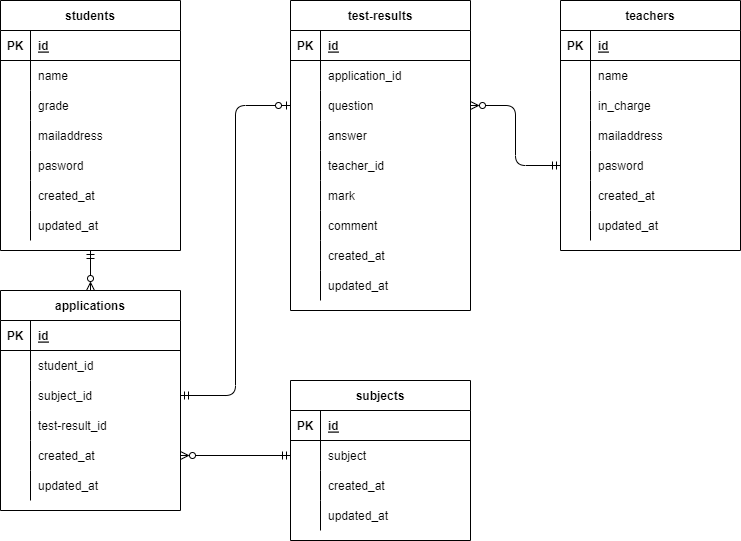
Before: index.drawio.png, a diagram exported from draw.io (sakurakoy/20221021yonemizu). Source tidied: cells renumbered, new cells last; positions are measured from the earlier drawing's top-left corner, leaving out a move shared by most shapes.
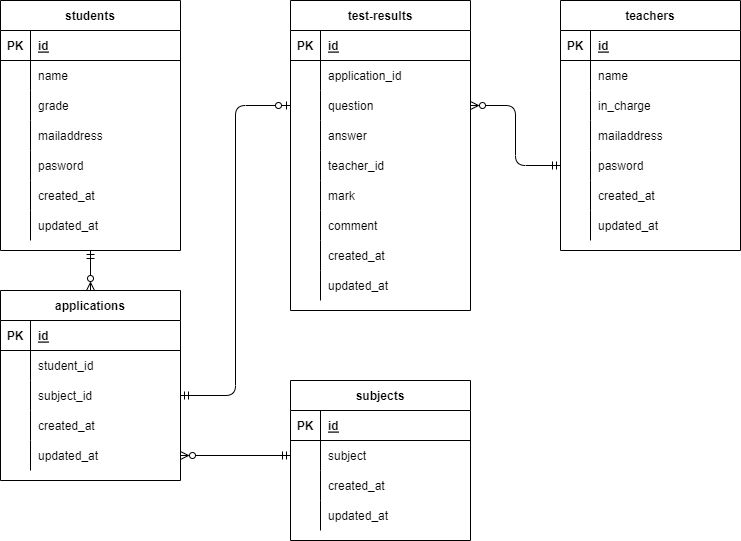
Above is the later version.

The edit, as a diff of the source:
```diff
@@ -71,11 +71,11 @@
     <mxCell id="24" value="updated_at" style="shape=partialRectangle;fillColor=none;top=0;left=0;bottom=0;right=0;align=left;spacingLeft=6;overflow=hidden;" parent="22" vertex="1">
       <mxGeometry x="30" width="150" height="30" as="geometry" />
     </mxCell>
-    <mxCell id="25" style="edgeStyle=none;html=1;startArrow=ERmandOne;startFill=0;endArrow=ERzeroToMany;endFill=0;entryX=1;entryY=0.5;entryDx=0;entryDy=0;exitX=0;exitY=0.5;exitDx=0;exitDy=0;" parent="1" edge="1" source="49" target="39">
+    <mxCell id="25" style="edgeStyle=none;html=1;startArrow=ERmandOne;startFill=0;endArrow=ERzeroToMany;endFill=0;entryX=1;entryY=0.5;entryDx=0;entryDy=0;exitX=0;exitY=0.5;exitDx=0;exitDy=0;" parent="1" edge="1" source="49" target="42">
       <mxGeometry relative="1" as="geometry" />
     </mxCell>
     <mxCell id="26" value="applications" style="shape=table;startSize=30;rowLines=0;fontStyle=1;align=center;" parent="1" vertex="1">
-      <mxGeometry y="290" width="180" height="220" as="geometry" />
+      <mxGeometry y="290" width="180" height="190" as="geometry" />
     </mxCell>
     <mxCell id="27" style="shape=partialRectangle;fillColor=none;top=0;left=0;bottom=1;right=0;" parent="26" vertex="1">
       <mxGeometry y="30" width="180" height="30" as="geometry" />
@@ -104,17 +104,8 @@
     <mxCell id="35" value="subject_id" style="shape=partialRectangle;fillColor=none;top=0;left=0;bottom=0;right=0;align=left;spacingLeft=6;overflow=hidden;" parent="33" vertex="1">
       <mxGeometry x="30" width="150" height="30" as="geometry" />
     </mxCell>
-    <mxCell id="36" style="shape=partialRectangle;fillColor=none;top=0;left=0;bottom=0;right=0;" parent="26" vertex="1">
-      <mxGeometry y="120" width="180" height="30" as="geometry" />
-    </mxCell>
-    <mxCell id="37" style="shape=partialRectangle;fillColor=none;top=0;left=0;bottom=0;right=0;overflow=hidden;" parent="36" vertex="1">
-      <mxGeometry width="30" height="30" as="geometry" />
-    </mxCell>
-    <mxCell id="38" value="test-result_id" style="shape=partialRectangle;fillColor=none;top=0;left=0;bottom=0;right=0;align=left;spacingLeft=6;overflow=hidden;" parent="36" vertex="1">
-      <mxGeometry x="30" width="150" height="30" as="geometry" />
-    </mxCell>
     <mxCell id="39" style="shape=partialRectangle;fillColor=none;top=0;left=0;bottom=0;right=0;points=[[0,0.5],[1,0.5]];portConstraint=eastwest;" parent="26" vertex="1">
-      <mxGeometry y="150" width="180" height="30" as="geometry" />
+      <mxGeometry y="120" width="180" height="30" as="geometry" />
     </mxCell>
     <mxCell id="40" style="shape=partialRectangle;fillColor=none;top=0;left=0;bottom=0;right=0;overflow=hidden;" parent="39" vertex="1">
       <mxGeometry width="30" height="30" as="geometry" />
@@ -123,7 +114,7 @@
       <mxGeometry x="30" width="150" height="30" as="geometry" />
     </mxCell>
     <mxCell id="42" style="shape=partialRectangle;fillColor=none;top=0;left=0;bottom=0;right=0;points=[[0,0.5],[1,0.5]];portConstraint=eastwest;" parent="26" vertex="1">
-      <mxGeometry y="180" width="180" height="30" as="geometry" />
+      <mxGeometry y="150" width="180" height="30" as="geometry" />
     </mxCell>
     <mxCell id="43" style="shape=partialRectangle;fillColor=none;top=0;left=0;bottom=0;right=0;overflow=hidden;" parent="42" vertex="1">
       <mxGeometry width="30" height="30" as="geometry" />
```
